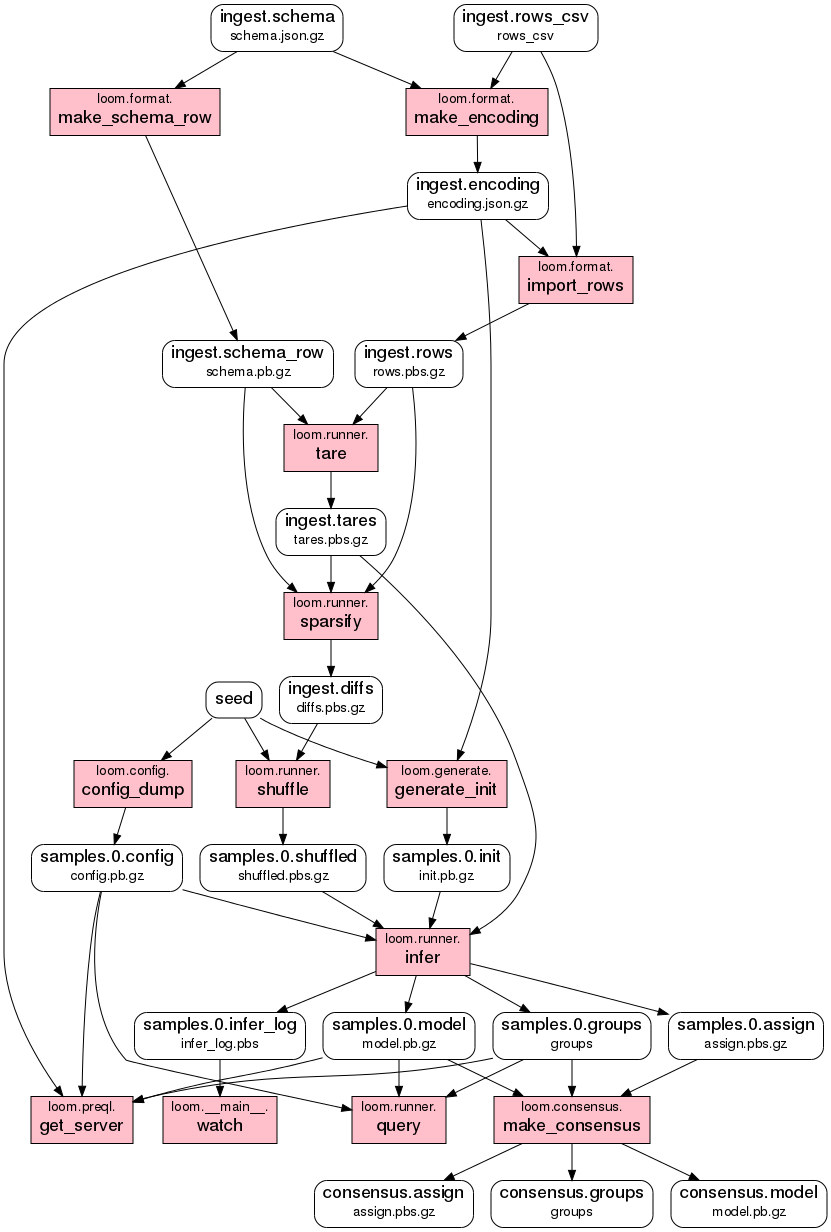
Before: doc/dataflow.png, a diagram exported from Graphviz (priorknowledge/loom). Its source is kept beside it as doc/dataflow.dot.
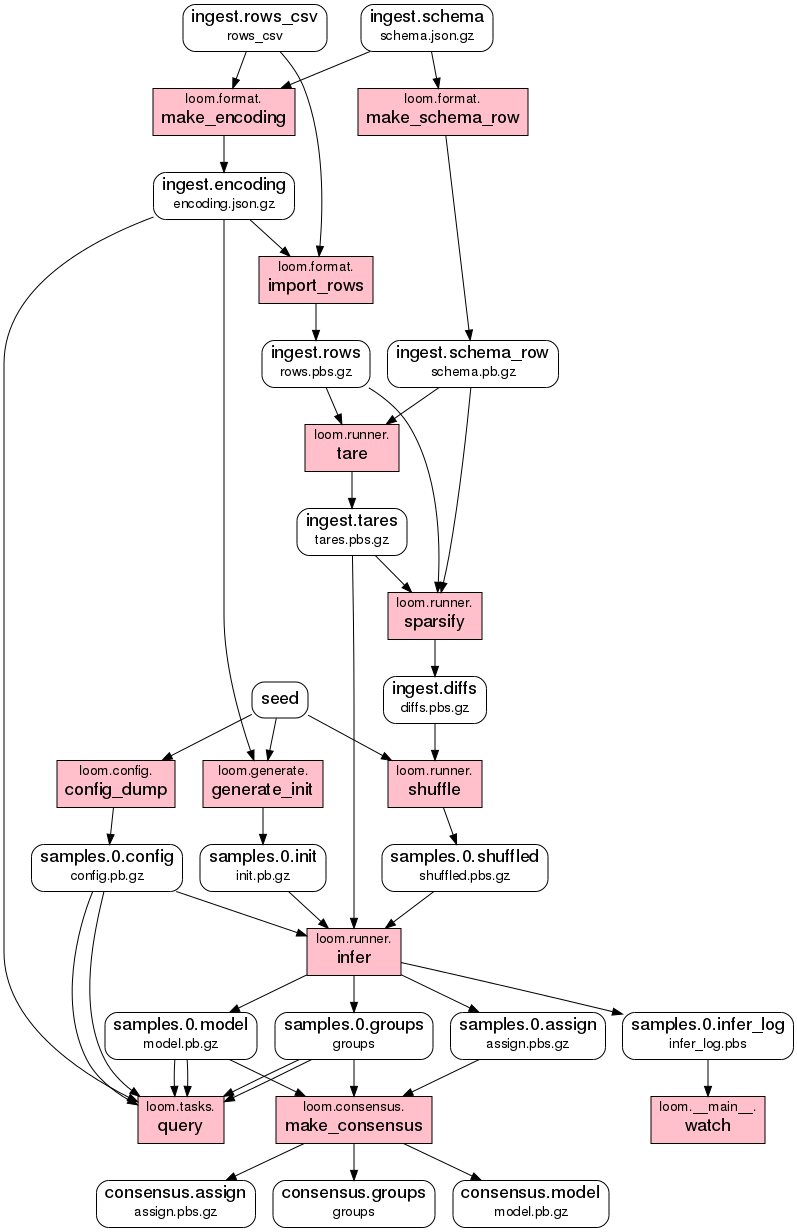
Above is the later version.

Change to the diagram source:
```diff
@@ -36,12 +36,12 @@
     make_encoding [label=<loom.format.<BR/><FONT POINT-SIZE="18">make_encoding</FONT>>, fillcolor=pink];
     make_schema_row [label=<loom.format.<BR/><FONT POINT-SIZE="18">make_schema_row</FONT>>, fillcolor=pink];
     generate_init [label=<loom.generate.<BR/><FONT POINT-SIZE="18">generate_init</FONT>>, fillcolor=pink];
-    get_server [label=<loom.preql.<BR/><FONT POINT-SIZE="18">get_server</FONT>>, fillcolor=pink];
     infer [label=<loom.runner.<BR/><FONT POINT-SIZE="18">infer</FONT>>, fillcolor=pink];
     query [label=<loom.runner.<BR/><FONT POINT-SIZE="18">query</FONT>>, fillcolor=pink];
     shuffle [label=<loom.runner.<BR/><FONT POINT-SIZE="18">shuffle</FONT>>, fillcolor=pink];
     sparsify [label=<loom.runner.<BR/><FONT POINT-SIZE="18">sparsify</FONT>>, fillcolor=pink];
     tare [label=<loom.runner.<BR/><FONT POINT-SIZE="18">tare</FONT>>, fillcolor=pink];
+    query [label=<loom.tasks.<BR/><FONT POINT-SIZE="18">query</FONT>>, fillcolor=pink];
 
     samples_0_infer_log -> watch [weight=1.0];
     seed -> config_dump [weight=1.0];
@@ -63,10 +63,6 @@
     ingest_encoding -> generate_init [weight=1.0];
     seed -> generate_init [weight=1.0];
     generate_init -> samples_0_init [weight=1.0];
-    ingest_encoding -> get_server [weight=1.0];
-    samples_0_config -> get_server [weight=1.0];
-    samples_0_model -> get_server [weight=1.0];
-    samples_0_groups -> get_server [weight=1.0];
     samples_0_config -> infer [weight=1.0];
     samples_0_shuffled -> infer [weight=1.0];
     ingest_tares -> infer [weight=1.0];
@@ -88,5 +84,9 @@
     ingest_schema_row -> tare [weight=1.0];
     ingest_rows -> tare [weight=1.0];
     tare -> ingest_tares [weight=1.0];
+    ingest_encoding -> query [weight=1.0];
+    samples_0_config -> query [weight=1.0];
+    samples_0_model -> query [weight=1.0];
+    samples_0_groups -> query [weight=1.0];
   }
 }
```
